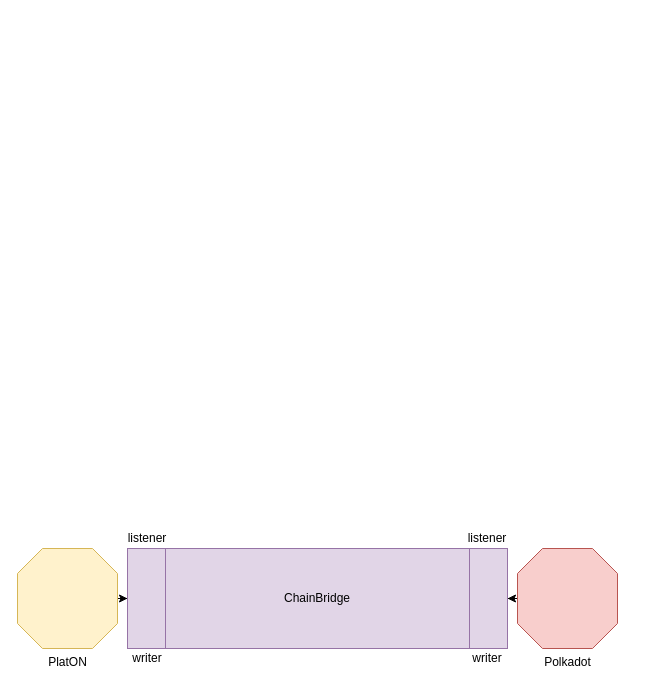
This is ChainBridgeDesign.drawio from 0xrjman/ChainBridgeDocs, a draw.io file, before an edit. Source tidied: cells renumbered, new cells numbered last; positions are measured from the earlier drawing's top-left corner, leaving out a move shared by most shapes. Both pictures are drawn from the tidied source at 100%, with x=0, y=0 at pixel (17, 528).
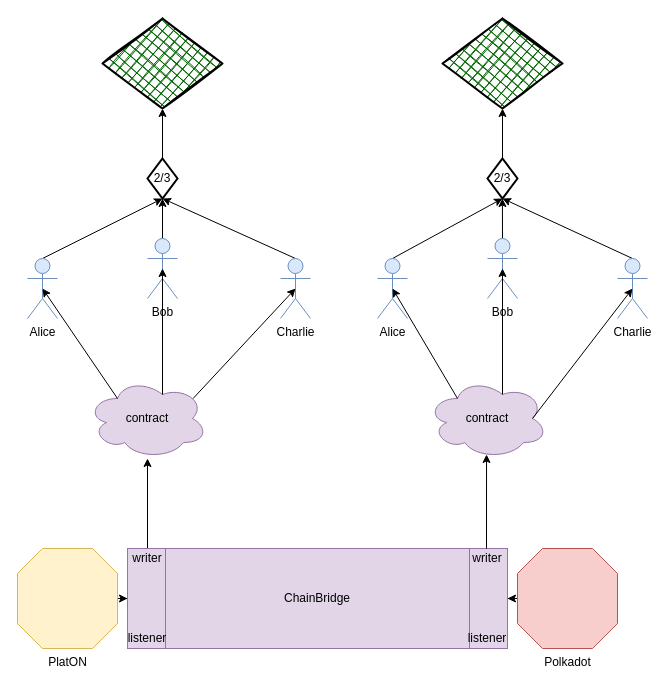
The same diagram, later.

The edit, as a diff of the source:
```diff
@@
+    <mxCell id="11" style="rounded=0;jettySize=auto;html=1;exitX=0.5;exitY=0;exitDx=0;exitDy=0;" parent="1" edge="1" source="9" target="12">
+      <mxGeometry relative="1" as="geometry" />
+    </mxCell>
@@
     <mxCell id="7" value="listener" style="text;html=1;strokeColor=none;fillColor=none;align=center;verticalAlign=middle;whiteSpace=wrap;rounded=0;" parent="1" vertex="1">
-      <mxGeometry x="110" width="40" height="20" as="geometry" />
+      <mxGeometry x="110" y="100" width="40" height="20" as="geometry" />
     </mxCell>
     <mxCell id="8" value="listener" style="text;html=1;strokeColor=none;fillColor=none;align=center;verticalAlign=middle;whiteSpace=wrap;rounded=0;" parent="1" vertex="1">
-      <mxGeometry x="450" width="40" height="20" as="geometry" />
+      <mxGeometry x="450" y="100" width="40" height="20" as="geometry" />
     </mxCell>
     <mxCell id="9" value="writer" style="text;html=1;strokeColor=none;fillColor=none;align=center;verticalAlign=middle;whiteSpace=wrap;rounded=0;" parent="1" vertex="1">
-      <mxGeometry x="110" y="120" width="40" height="20" as="geometry" />
+      <mxGeometry x="110" y="20" width="40" height="20" as="geometry" />
     </mxCell>
     <mxCell id="10" value="writer" style="text;html=1;strokeColor=none;fillColor=none;align=center;verticalAlign=middle;whiteSpace=wrap;rounded=0;" parent="1" vertex="1">
-      <mxGeometry x="450" y="120" width="40" height="20" as="geometry" />
+      <mxGeometry x="450" y="20" width="40" height="20" as="geometry" />
     </mxCell>
+    <mxCell id="12" value="contract" style="ellipse;shape=cloud;whiteSpace=wrap;html=1;strokeColor=#9673a6;fillColor=#e1d5e7;" parent="1" vertex="1">
+      <mxGeometry x="70" y="-150" width="120" height="80" as="geometry" />
+    </mxCell>
+    <mxCell id="13" value="contract" style="ellipse;shape=cloud;whiteSpace=wrap;html=1;strokeColor=#9673a6;fillColor=#e1d5e7;" parent="1" vertex="1">
+      <mxGeometry x="410" y="-150" width="120" height="80" as="geometry" />
+    </mxCell>
+    <mxCell id="14" style="rounded=0;jettySize=auto;html=1;entryX=0.492;entryY=0.95;entryDx=0;entryDy=0;entryPerimeter=0;" parent="1" edge="1" target="13">
+      <mxGeometry relative="1" as="geometry">
+        <mxPoint x="469" y="20" as="sourcePoint" />
+      </mxGeometry>
+    </mxCell>
+    <mxCell id="15" style="edgeStyle=none;rounded=0;jettySize=auto;html=1;exitX=0.5;exitY=0;exitDx=0;exitDy=0;exitPerimeter=0;entryX=0.5;entryY=1;entryDx=0;entryDy=0;entryPerimeter=0;" parent="1" edge="1" source="16" target="35">
+      <mxGeometry relative="1" as="geometry" />
+    </mxCell>
+    <mxCell id="16" value="Bob" style="shape=umlActor;verticalLabelPosition=bottom;verticalAlign=top;html=1;outlineConnect=0;fillColor=#dae8fc;strokeColor=#6c8ebf;" parent="1" vertex="1">
+      <mxGeometry x="130" y="-290" width="30" height="60" as="geometry" />
+    </mxCell>
+    <mxCell id="17" style="endArrow=classic;html=1;entryX=0.5;entryY=0.5;entryDx=0;entryDy=0;entryPerimeter=0;exitX=0.625;exitY=0.2;exitDx=0;exitDy=0;exitPerimeter=0;" parent="1" edge="1" source="12" target="16">
+      <mxGeometry relative="1" as="geometry" />
+    </mxCell>
+    <mxCell id="18" style="edgeStyle=none;rounded=0;jettySize=auto;html=1;exitX=0.5;exitY=0;exitDx=0;exitDy=0;exitPerimeter=0;entryX=0.5;entryY=1;entryDx=0;entryDy=0;entryPerimeter=0;" parent="1" edge="1" source="19" target="35">
+      <mxGeometry relative="1" as="geometry" />
+    </mxCell>
+    <mxCell id="19" value="Charlie" style="shape=umlActor;verticalLabelPosition=bottom;verticalAlign=top;html=1;outlineConnect=0;fillColor=#dae8fc;strokeColor=#6c8ebf;" parent="1" vertex="1">
+      <mxGeometry x="263" y="-270" width="30" height="60" as="geometry" />
+    </mxCell>
+    <mxCell id="20" style="endArrow=classic;html=1;entryX=0.5;entryY=0.5;entryDx=0;entryDy=0;entryPerimeter=0;exitX=0.88;exitY=0.25;exitDx=0;exitDy=0;exitPerimeter=0;" parent="1" edge="1" source="12" target="19">
+      <mxGeometry relative="1" as="geometry" />
+    </mxCell>
+    <mxCell id="21" style="edgeStyle=none;rounded=0;jettySize=auto;html=1;exitX=0.5;exitY=0;exitDx=0;exitDy=0;exitPerimeter=0;entryX=0.5;entryY=1;entryDx=0;entryDy=0;entryPerimeter=0;" parent="1" edge="1" source="22" target="35">
+      <mxGeometry relative="1" as="geometry" />
+    </mxCell>
+    <mxCell id="22" value="Alice" style="shape=umlActor;verticalLabelPosition=bottom;verticalAlign=top;html=1;outlineConnect=0;fillColor=#dae8fc;strokeColor=#6c8ebf;" parent="1" vertex="1">
+      <mxGeometry x="10" y="-270" width="30" height="60" as="geometry" />
+    </mxCell>
+    <mxCell id="23" style="endArrow=classic;html=1;entryX=0.5;entryY=0.5;entryDx=0;entryDy=0;entryPerimeter=0;exitX=0.25;exitY=0.25;exitDx=0;exitDy=0;exitPerimeter=0;" parent="1" edge="1" source="12" target="22">
+      <mxGeometry relative="1" as="geometry" />
+    </mxCell>
+    <mxCell id="24" style="edgeStyle=none;rounded=0;jettySize=auto;html=1;exitX=0.5;exitY=0;exitDx=0;exitDy=0;exitPerimeter=0;" parent="1" edge="1" source="25">
+      <mxGeometry relative="1" as="geometry">
+        <mxPoint x="484.9" y="-330" as="targetPoint" />
+      </mxGeometry>
+    </mxCell>
+    <mxCell id="25" value="Bob" style="shape=umlActor;verticalLabelPosition=bottom;verticalAlign=top;html=1;outlineConnect=0;fillColor=#dae8fc;strokeColor=#6c8ebf;" parent="1" vertex="1">
+      <mxGeometry x="470" y="-290" width="30" height="60" as="geometry" />
+    </mxCell>
+    <mxCell id="26" style="edgeStyle=none;rounded=0;jettySize=auto;html=1;exitX=0.5;exitY=0;exitDx=0;exitDy=0;exitPerimeter=0;entryX=0.5;entryY=1;entryDx=0;entryDy=0;entryPerimeter=0;" parent="1" edge="1" source="27" target="38">
+      <mxGeometry relative="1" as="geometry" />
+    </mxCell>
+    <mxCell id="27" value="Charlie" style="shape=umlActor;verticalLabelPosition=bottom;verticalAlign=top;html=1;outlineConnect=0;fillColor=#dae8fc;strokeColor=#6c8ebf;" parent="1" vertex="1">
+      <mxGeometry x="600" y="-270" width="30" height="60" as="geometry" />
+    </mxCell>
+    <mxCell id="28" style="edgeStyle=none;rounded=0;jettySize=auto;html=1;exitX=0.5;exitY=0;exitDx=0;exitDy=0;exitPerimeter=0;entryX=0.5;entryY=1;entryDx=0;entryDy=0;entryPerimeter=0;" parent="1" edge="1" source="29" target="38">
+      <mxGeometry relative="1" as="geometry" />
+    </mxCell>
+    <mxCell id="29" value="Alice" style="shape=umlActor;verticalLabelPosition=bottom;verticalAlign=top;html=1;outlineConnect=0;fillColor=#dae8fc;strokeColor=#6c8ebf;" parent="1" vertex="1">
+      <mxGeometry x="360" y="-270" width="30" height="60" as="geometry" />
+    </mxCell>
+    <mxCell id="30" style="endArrow=classic;html=1;exitX=0.25;exitY=0.25;exitDx=0;exitDy=0;exitPerimeter=0;entryX=0.5;entryY=0.5;entryDx=0;entryDy=0;entryPerimeter=0;" parent="1" edge="1" source="13" target="29">
+      <mxGeometry relative="1" as="geometry" />
+    </mxCell>
+    <mxCell id="31" style="endArrow=classic;html=1;entryX=0.5;entryY=0.5;entryDx=0;entryDy=0;entryPerimeter=0;exitX=0.625;exitY=0.2;exitDx=0;exitDy=0;exitPerimeter=0;" parent="1" edge="1" source="13" target="25">
+      <mxGeometry relative="1" as="geometry" />
+    </mxCell>
+    <mxCell id="32" style="endArrow=classic;html=1;exitX=0.875;exitY=0.5;exitDx=0;exitDy=0;exitPerimeter=0;entryX=0.5;entryY=0.5;entryDx=0;entryDy=0;entryPerimeter=0;" parent="1" edge="1" source="13" target="27">
+      <mxGeometry relative="1" as="geometry" />
+    </mxCell>
+    <mxCell id="33" style="rhombus;whiteSpace=wrap;html=1;strokeWidth=2;fillWeight=-1;hachureGap=8;fillStyle=cross-hatch;fillColor=#006600;sketch=1;" parent="1" vertex="1">
+      <mxGeometry x="85" y="-510" width="120" height="90" as="geometry" />
+    </mxCell>
+    <mxCell id="34" style="edgeStyle=none;rounded=0;jettySize=auto;html=1;" parent="1" edge="1" source="35" target="33">
+      <mxGeometry relative="1" as="geometry" />
+    </mxCell>
+    <mxCell id="35" value="2/3" style="strokeWidth=2;html=1;shape=mxgraph.flowchart.decision;whiteSpace=wrap;" parent="1" vertex="1">
+      <mxGeometry x="130" y="-370" width="30" height="40" as="geometry" />
+    </mxCell>
+    <mxCell id="36" style="rhombus;whiteSpace=wrap;html=1;strokeWidth=2;fillWeight=-1;hachureGap=8;fillStyle=cross-hatch;fillColor=#006600;sketch=1;" parent="1" vertex="1">
+      <mxGeometry x="425" y="-510" width="120" height="90" as="geometry" />
+    </mxCell>
+    <mxCell id="37" style="edgeStyle=none;rounded=0;jettySize=auto;html=1;" parent="1" edge="1" source="38" target="36">
+      <mxGeometry relative="1" as="geometry" />
+    </mxCell>
+    <mxCell id="38" value="2/3" style="strokeWidth=2;html=1;shape=mxgraph.flowchart.decision;whiteSpace=wrap;" parent="1" vertex="1">
+      <mxGeometry x="470" y="-370" width="30" height="40" as="geometry" />
+    </mxCell>
```
